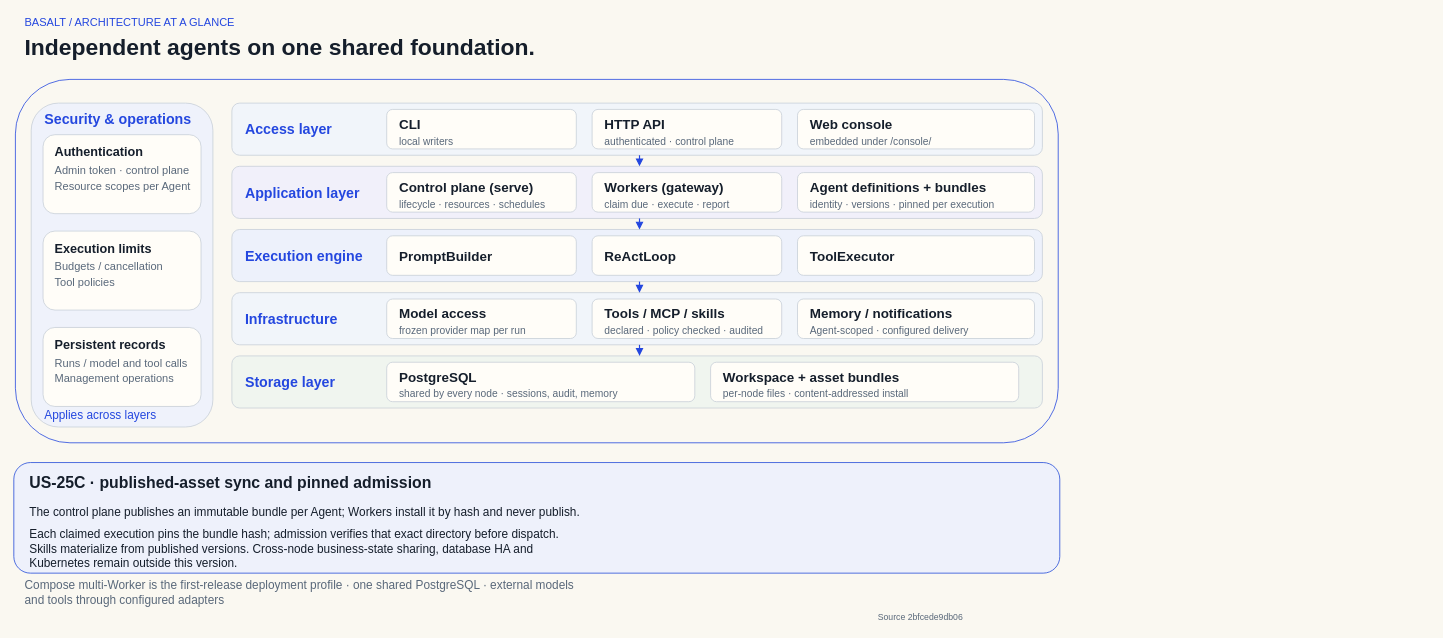
Before: page "system-architecture-en" (3 of 12) of website/diagrams/basalt-diagrams.drawio in ymedword/basalt, a draw.io diagram. Source tidied: cells renumbered, new cells numbered last; positions are measured from the earlier drawing's top-left corner, leaving out a move shared by most shapes. Both pictures are drawn from the tidied source at 79%, with x=0, y=0 at pixel (13, 13).
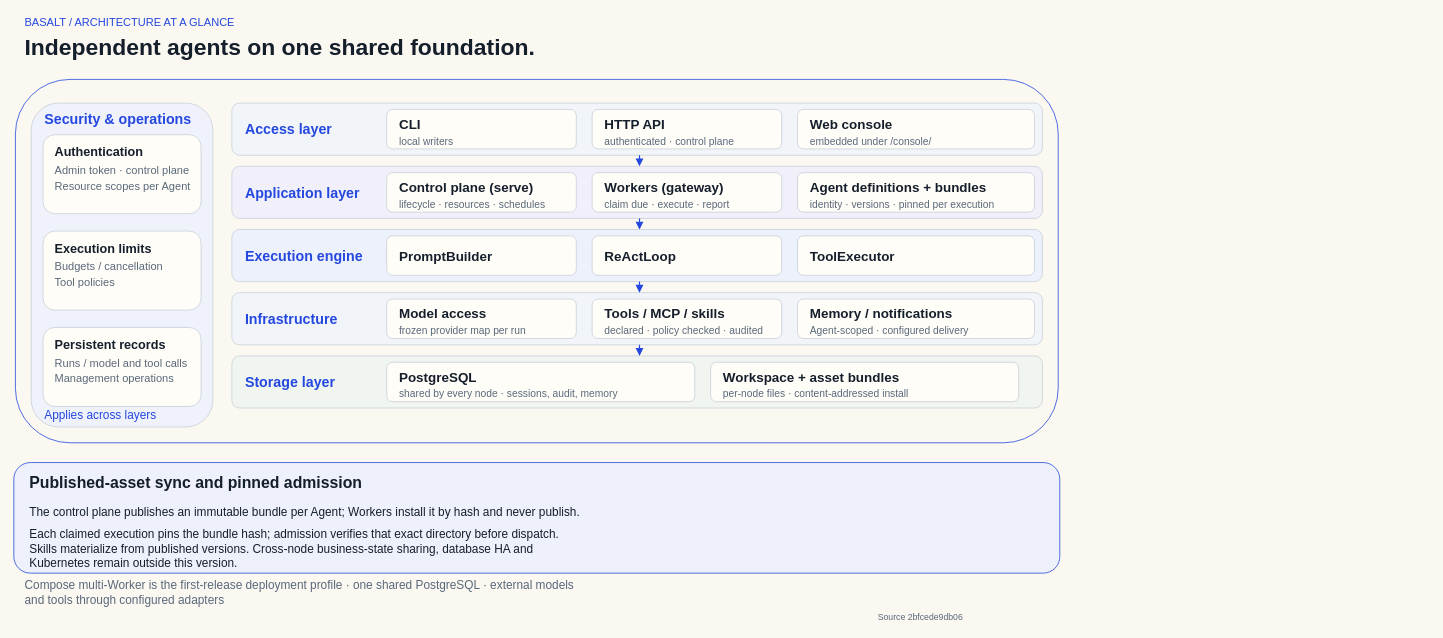
After the change.

What changed in the source:
```diff
@@
-    <mxCell id="74" value="US-25C · published-asset sync and pinned admission" style="text;html=0;whiteSpace=wrap;align=left;verticalAlign=middle;fontFamily=Arial;fontSize=20;fontColor=#151e2b;fontStyle=1;" parent="1" vertex="1">
+    <mxCell id="74" value="Published-asset sync and pinned admission" style="text;html=0;whiteSpace=wrap;align=left;verticalAlign=middle;fontFamily=Arial;fontSize=20;fontColor=#151e2b;fontStyle=1;" parent="1" vertex="1">
       <mxGeometry x="18" y="579" width="700" height="28" as="geometry" />
     </mxCell>
```
